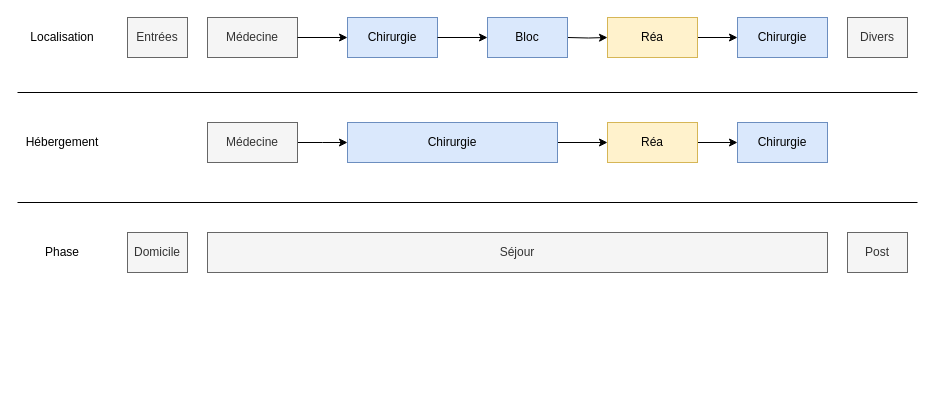
The draw.io diagram page "Parcours" (3 of 3) of RUM.drawio in eriam/Diagrammes, before the edit. Source tidied: cells renumbered, new cells numbered last; positions are measured from the earlier drawing's top-left corner, leaving out a move shared by most shapes. Both pictures are drawn from the tidied source at 100%, with x=0, y=0 at pixel (17, 17).
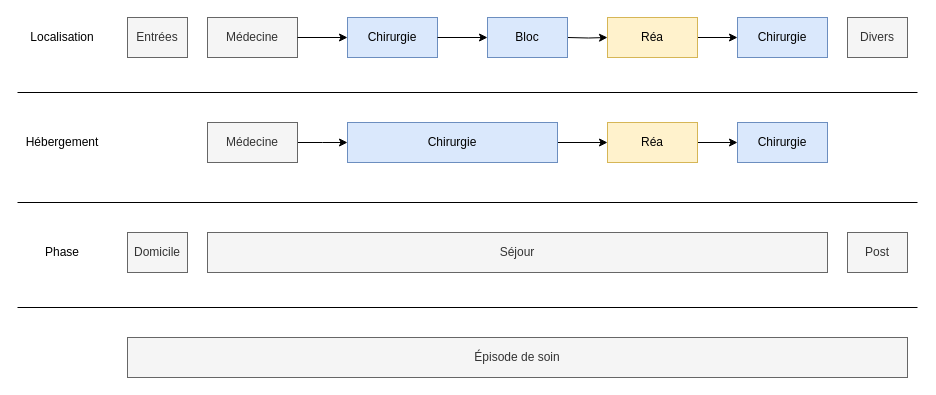
The same page after the edit.

Commit message (it also covers changes not shown here):
Mettre à jour RUM.drawio

Diff of the diagram source:
```diff
@@
+    <mxCell id="28" style="endArrow=none;html=1;rounded=0;" parent="1" edge="1">
+      <mxGeometry relative="1" as="geometry">
+        <mxPoint y="290" as="sourcePoint" />
+        <mxPoint x="900" y="290" as="targetPoint" />
+      </mxGeometry>
+    </mxCell>
+    <mxCell id="29" value="Épisode de soin" style="rounded=0;whiteSpace=wrap;html=1;fillColor=#f5f5f5;fontColor=#333333;strokeColor=#666666;" parent="1" vertex="1">
+      <mxGeometry x="110" y="320" width="780" height="40" as="geometry" />
+    </mxCell>
```
